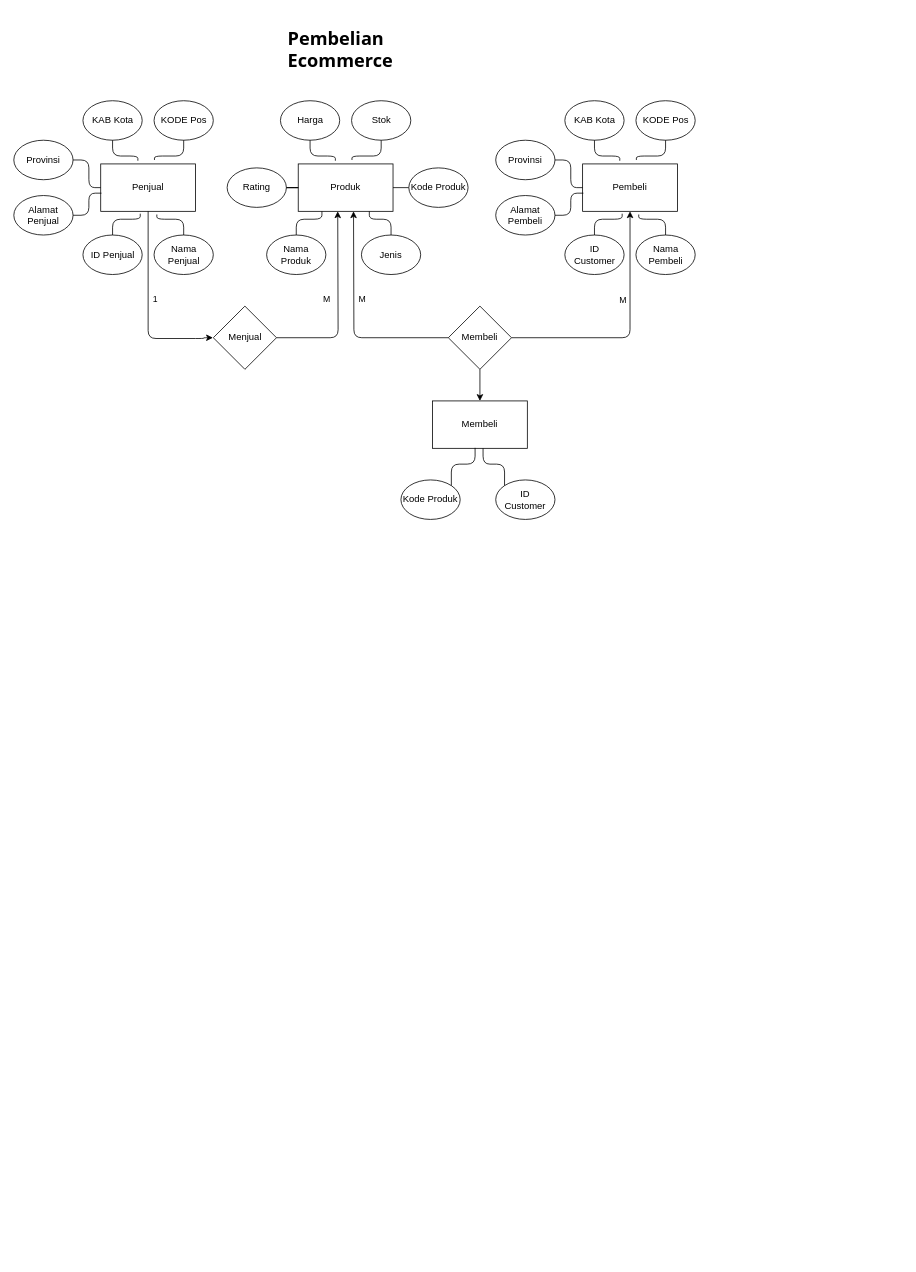
Before: Untitled Diagram.drawio in Virtue1040/TEST, a draw.io diagram. Source tidied: cells renumbered, new cells numbered last; positions are measured from the earlier drawing's top-left corner, leaving out a move shared by most shapes. Both pictures are drawn from the tidied source at 79%, with x=0, y=0 at pixel (13, 13).
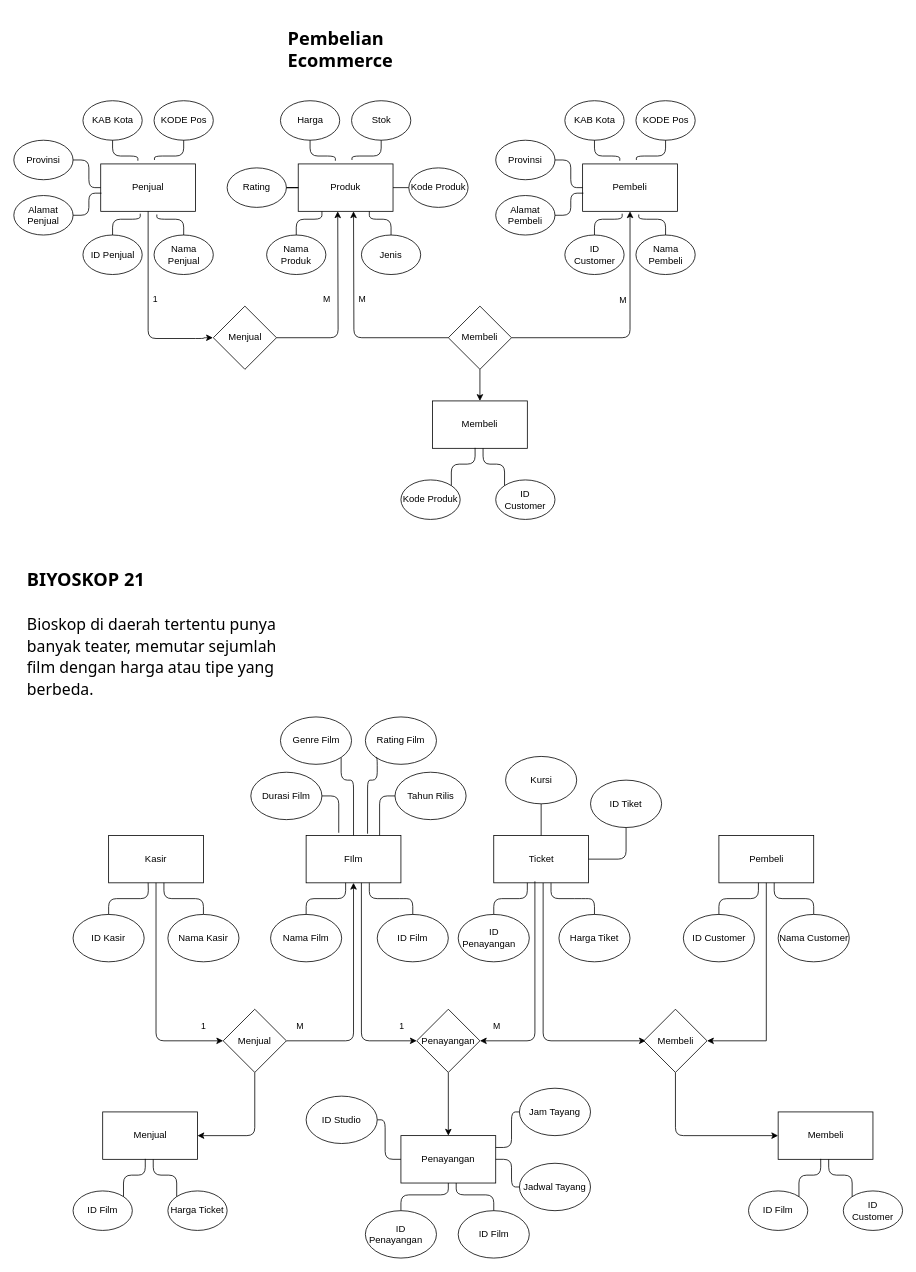
After the change.

The edit, as a diff of the source:
```diff
@@
+    <mxCell id="58" value="BIYOSKOP 21&lt;br&gt;&lt;br&gt;&lt;span style=&quot;font-weight: normal;&quot;&gt;&lt;font style=&quot;font-size: 20px;&quot;&gt;Bioskop di daerah tertentu punya banyak teater, memutar sejumlah film dengan harga atau tipe yang berbeda.&lt;/font&gt;&lt;/span&gt;" style="text;strokeColor=none;align=left;fillColor=none;html=1;verticalAlign=middle;whiteSpace=wrap;rounded=0;fontSize=23;fontFamily=Tahoma;fontStyle=1;" parent="1" vertex="1">
+      <mxGeometry x="15" y="670" width="330" height="230" as="geometry" />
+    </mxCell>
+    <mxCell id="59" value="Kasir" style="rounded=0;whiteSpace=wrap;html=1;" parent="1" vertex="1">
+      <mxGeometry x="120" y="1040" width="120" height="60" as="geometry" />
+    </mxCell>
+    <mxCell id="60" style="edgeStyle=orthogonalEdgeStyle;rounded=1;jettySize=auto;html=1;curved=0;endArrow=none;endFill=0;" parent="1" edge="1" source="61" target="59">
+      <mxGeometry relative="1" as="geometry">
+        <Array as="points">
+          <mxPoint x="240" y="1120" />
+          <mxPoint x="190" y="1120" />
+        </Array>
+      </mxGeometry>
+    </mxCell>
+    <mxCell id="61" value="Nama Kasir" style="ellipse;whiteSpace=wrap;html=1;" parent="1" vertex="1">
+      <mxGeometry x="195" y="1140" width="90" height="60" as="geometry" />
+    </mxCell>
+    <mxCell id="62" value="ID Kasir" style="ellipse;whiteSpace=wrap;html=1;" parent="1" vertex="1">
+      <mxGeometry x="75" y="1140" width="90" height="60" as="geometry" />
+    </mxCell>
+    <mxCell id="63" style="edgeStyle=orthogonalEdgeStyle;rounded=1;jettySize=auto;html=1;exitX=0.5;exitY=0;exitDx=0;exitDy=0;entryX=0.417;entryY=1;entryDx=0;entryDy=0;entryPerimeter=0;curved=0;endArrow=none;endFill=0;" parent="1" edge="1" source="62">
+      <mxGeometry relative="1" as="geometry">
+        <mxPoint x="170" y="1100" as="targetPoint" />
+      </mxGeometry>
+    </mxCell>
+    <mxCell id="64" value="Pembeli" style="rounded=0;whiteSpace=wrap;html=1;" parent="1" vertex="1">
+      <mxGeometry x="892.5" y="1040" width="120" height="60" as="geometry" />
+    </mxCell>
+    <mxCell id="65" style="edgeStyle=orthogonalEdgeStyle;rounded=1;jettySize=auto;html=1;curved=0;endArrow=none;endFill=0;" parent="1" edge="1" source="66" target="64">
+      <mxGeometry relative="1" as="geometry">
+        <Array as="points">
+          <mxPoint x="1012.5" y="1120" />
+          <mxPoint x="962.5" y="1120" />
+        </Array>
+      </mxGeometry>
+    </mxCell>
+    <mxCell id="66" value="Nama Customer" style="ellipse;whiteSpace=wrap;html=1;" parent="1" vertex="1">
+      <mxGeometry x="967.5" y="1140" width="90" height="60" as="geometry" />
+    </mxCell>
+    <mxCell id="67" value="ID Customer" style="ellipse;whiteSpace=wrap;html=1;" parent="1" vertex="1">
+      <mxGeometry x="847.5" y="1140" width="90" height="60" as="geometry" />
+    </mxCell>
+    <mxCell id="68" style="edgeStyle=orthogonalEdgeStyle;rounded=1;jettySize=auto;html=1;exitX=0.5;exitY=0;exitDx=0;exitDy=0;entryX=0.417;entryY=1;entryDx=0;entryDy=0;entryPerimeter=0;curved=0;endArrow=none;endFill=0;" parent="1" edge="1" source="67" target="64">
+      <mxGeometry relative="1" as="geometry" />
+    </mxCell>
+    <mxCell id="69" value="FIlm" style="rounded=0;whiteSpace=wrap;html=1;" parent="1" vertex="1">
+      <mxGeometry x="370" y="1040" width="120" height="60" as="geometry" />
+    </mxCell>
+    <mxCell id="70" value="ID Film" style="ellipse;whiteSpace=wrap;html=1;" parent="1" vertex="1">
+      <mxGeometry x="460" y="1140" width="90" height="60" as="geometry" />
+    </mxCell>
+    <mxCell id="71" value="Nama Film" style="ellipse;whiteSpace=wrap;html=1;" parent="1" vertex="1">
+      <mxGeometry x="325" y="1140" width="90" height="60" as="geometry" />
+    </mxCell>
+    <mxCell id="72" style="edgeStyle=orthogonalEdgeStyle;rounded=1;jettySize=auto;html=1;exitX=0.5;exitY=0;exitDx=0;exitDy=0;curved=0;endArrow=none;endFill=0;" parent="1" edge="1" source="71" target="69">
+      <mxGeometry relative="1" as="geometry">
+        <Array as="points">
+          <mxPoint x="370" y="1120" />
+          <mxPoint x="420" y="1120" />
+        </Array>
+      </mxGeometry>
+    </mxCell>
+    <mxCell id="73" style="edgeStyle=orthogonalEdgeStyle;rounded=1;jettySize=auto;html=1;exitX=0.5;exitY=0;exitDx=0;exitDy=0;curved=0;endArrow=none;endFill=0;" parent="1" edge="1" source="70">
+      <mxGeometry relative="1" as="geometry">
+        <mxPoint x="450" y="1100" as="targetPoint" />
+        <Array as="points">
+          <mxPoint x="490" y="1120" />
+          <mxPoint x="450" y="1120" />
+          <mxPoint x="450" y="1102" />
+          <mxPoint x="451" y="1102" />
+        </Array>
+      </mxGeometry>
+    </mxCell>
+    <mxCell id="74" value="Durasi Film" style="ellipse;whiteSpace=wrap;html=1;" parent="1" vertex="1">
+      <mxGeometry x="300" y="960" width="90" height="60" as="geometry" />
+    </mxCell>
+    <mxCell id="75" style="edgeStyle=orthogonalEdgeStyle;rounded=1;jettySize=auto;html=1;exitX=1;exitY=0.5;exitDx=0;exitDy=0;entryX=0.344;entryY=-0.056;entryDx=0;entryDy=0;entryPerimeter=0;endArrow=none;endFill=0;curved=0;" parent="1" edge="1" source="74" target="69">
+      <mxGeometry relative="1" as="geometry" />
+    </mxCell>
+    <mxCell id="76" style="edgeStyle=orthogonalEdgeStyle;rounded=1;jettySize=auto;html=1;exitX=1;exitY=1;exitDx=0;exitDy=0;endArrow=none;endFill=0;curved=0;" parent="1" edge="1" source="77" target="69">
+      <mxGeometry relative="1" as="geometry">
+        <Array as="points">
+          <mxPoint x="414" y="970" />
+          <mxPoint x="430" y="970" />
+        </Array>
+      </mxGeometry>
+    </mxCell>
+    <mxCell id="77" value="Genre Film" style="ellipse;whiteSpace=wrap;html=1;" parent="1" vertex="1">
+      <mxGeometry x="337.5" y="890" width="90" height="60" as="geometry" />
+    </mxCell>
+    <mxCell id="78" value="Rating Film" style="ellipse;whiteSpace=wrap;html=1;" parent="1" vertex="1">
+      <mxGeometry x="445" y="890" width="90" height="60" as="geometry" />
+    </mxCell>
+    <mxCell id="79" style="edgeStyle=orthogonalEdgeStyle;rounded=1;jettySize=auto;html=1;exitX=0;exitY=1;exitDx=0;exitDy=0;entryX=0.648;entryY=-0.036;entryDx=0;entryDy=0;entryPerimeter=0;endArrow=none;endFill=0;curved=0;" parent="1" edge="1" source="78" target="69">
+      <mxGeometry relative="1" as="geometry">
+        <Array as="points">
+          <mxPoint x="460" y="941" />
+          <mxPoint x="460" y="970" />
+          <mxPoint x="448" y="970" />
+        </Array>
+      </mxGeometry>
+    </mxCell>
+    <mxCell id="80" style="edgeStyle=orthogonalEdgeStyle;rounded=1;jettySize=auto;html=1;curved=0;endArrow=none;endFill=0;" parent="1" edge="1" source="81" target="69">
+      <mxGeometry relative="1" as="geometry">
+        <Array as="points">
+          <mxPoint x="463" y="990" />
+        </Array>
+      </mxGeometry>
+    </mxCell>
+    <mxCell id="81" value="Tahun Rilis" style="ellipse;whiteSpace=wrap;html=1;" parent="1" vertex="1">
+      <mxGeometry x="482.5" y="960" width="90" height="60" as="geometry" />
+    </mxCell>
+    <mxCell id="82" style="edgeStyle=orthogonalEdgeStyle;rounded=1;jettySize=auto;html=1;exitX=0;exitY=0.5;exitDx=0;exitDy=0;entryX=0.5;entryY=1;entryDx=0;entryDy=0;curved=0;endArrow=none;endFill=0;startArrow=classic;startFill=1;" parent="1" edge="1" source="87" target="59">
+      <mxGeometry relative="1" as="geometry" />
+    </mxCell>
+    <mxCell id="83" value="1" style="edgeLabel;html=1;align=center;verticalAlign=middle;" parent="82" vertex="1">
+      <mxGeometry x="-0.82" y="3" relative="1" as="geometry">
+        <mxPoint y="-23" as="offset" />
+      </mxGeometry>
+    </mxCell>
+    <mxCell id="84" style="edgeStyle=orthogonalEdgeStyle;rounded=1;jettySize=auto;html=1;entryX=0.5;entryY=1;entryDx=0;entryDy=0;endArrow=classic;endFill=1;startArrow=none;startFill=0;curved=0;" parent="1" edge="1" source="87" target="69">
+      <mxGeometry relative="1" as="geometry" />
+    </mxCell>
+    <mxCell id="85" value="M" style="edgeLabel;html=1;align=center;verticalAlign=middle;" parent="84" vertex="1">
+      <mxGeometry x="-0.88" y="3" relative="1" as="geometry">
+        <mxPoint x="-1" y="-17" as="offset" />
+      </mxGeometry>
+    </mxCell>
+    <mxCell id="86" style="edgeStyle=orthogonalEdgeStyle;rounded=1;jettySize=auto;html=1;curved=0;" parent="1" edge="1" source="87" target="97">
+      <mxGeometry relative="1" as="geometry">
+        <Array as="points">
+          <mxPoint x="305" y="1420" />
+        </Array>
+      </mxGeometry>
+    </mxCell>
+    <mxCell id="87" value="Menjual" style="rhombus;whiteSpace=wrap;html=1;" parent="1" vertex="1">
+      <mxGeometry x="265" y="1260" width="80" height="80" as="geometry" />
+    </mxCell>
+    <mxCell id="88" style="edgeStyle=orthogonalEdgeStyle;rounded=0;jettySize=auto;html=1;exitX=1;exitY=0.5;exitDx=0;exitDy=0;entryX=0.5;entryY=1;entryDx=0;entryDy=0;endArrow=none;endFill=0;startArrow=classic;startFill=1;" parent="1" edge="1" source="91" target="64">
+      <mxGeometry relative="1" as="geometry" />
+    </mxCell>
+    <mxCell id="89" style="edgeStyle=orthogonalEdgeStyle;rounded=1;jettySize=auto;html=1;curved=0;" parent="1" edge="1" source="91" target="92">
+      <mxGeometry relative="1" as="geometry">
+        <Array as="points">
+          <mxPoint x="838" y="1420" />
+        </Array>
+      </mxGeometry>
+    </mxCell>
+    <mxCell id="90" style="edgeStyle=orthogonalEdgeStyle;rounded=1;orthogonalLoop=1;jettySize=auto;html=1;exitX=0;exitY=0.5;exitDx=0;exitDy=0;entryX=0.5;entryY=1;entryDx=0;entryDy=0;endArrow=none;endFill=0;startArrow=classic;startFill=1;curved=0;" parent="1" edge="1">
+      <mxGeometry relative="1" as="geometry">
+        <mxPoint x="800" y="1300" as="sourcePoint" />
+        <mxPoint x="670" y="1100" as="targetPoint" />
+        <Array as="points">
+          <mxPoint x="669.5" y="1300" />
+        </Array>
+      </mxGeometry>
+    </mxCell>
+    <mxCell id="91" value="Membeli" style="rhombus;whiteSpace=wrap;html=1;" parent="1" vertex="1">
+      <mxGeometry x="797.5" y="1260" width="80" height="80" as="geometry" />
+    </mxCell>
+    <mxCell id="92" value="Membeli" style="rounded=0;whiteSpace=wrap;html=1;" parent="1" vertex="1">
+      <mxGeometry x="967.5" y="1390" width="120" height="60" as="geometry" />
+    </mxCell>
+    <mxCell id="93" value="ID&lt;br&gt;Customer" style="ellipse;whiteSpace=wrap;html=1;" parent="1" vertex="1">
+      <mxGeometry x="1050" y="1490" width="75" height="50" as="geometry" />
+    </mxCell>
+    <mxCell id="94" value="ID Film" style="ellipse;whiteSpace=wrap;html=1;" parent="1" vertex="1">
+      <mxGeometry x="930" y="1490" width="75" height="50" as="geometry" />
+    </mxCell>
+    <mxCell id="95" style="edgeStyle=orthogonalEdgeStyle;rounded=1;jettySize=auto;html=1;exitX=1;exitY=0;exitDx=0;exitDy=0;entryX=0.449;entryY=0.99;entryDx=0;entryDy=0;entryPerimeter=0;curved=0;endArrow=none;endFill=0;" parent="1" edge="1" source="94" target="92">
+      <mxGeometry relative="1" as="geometry" />
+    </mxCell>
+    <mxCell id="96" style="edgeStyle=orthogonalEdgeStyle;rounded=1;jettySize=auto;html=1;exitX=0;exitY=0;exitDx=0;exitDy=0;entryX=0.533;entryY=1;entryDx=0;entryDy=0;entryPerimeter=0;curved=0;endArrow=none;endFill=0;" parent="1" edge="1" source="93" target="92">
+      <mxGeometry relative="1" as="geometry" />
+    </mxCell>
+    <mxCell id="97" value="Menjual" style="rounded=0;whiteSpace=wrap;html=1;" parent="1" vertex="1">
+      <mxGeometry x="112.5" y="1390" width="120" height="60" as="geometry" />
+    </mxCell>
+    <mxCell id="98" value="Harga Ticket" style="ellipse;whiteSpace=wrap;html=1;" parent="1" vertex="1">
+      <mxGeometry x="195" y="1490" width="75" height="50" as="geometry" />
+    </mxCell>
+    <mxCell id="99" value="ID Film" style="ellipse;whiteSpace=wrap;html=1;" parent="1" vertex="1">
+      <mxGeometry x="75" y="1490" width="75" height="50" as="geometry" />
+    </mxCell>
+    <mxCell id="100" style="edgeStyle=orthogonalEdgeStyle;rounded=1;jettySize=auto;html=1;exitX=1;exitY=0;exitDx=0;exitDy=0;entryX=0.449;entryY=0.99;entryDx=0;entryDy=0;entryPerimeter=0;curved=0;endArrow=none;endFill=0;" parent="1" edge="1" source="99" target="97">
+      <mxGeometry relative="1" as="geometry" />
+    </mxCell>
+    <mxCell id="101" style="edgeStyle=orthogonalEdgeStyle;rounded=1;jettySize=auto;html=1;exitX=0;exitY=0;exitDx=0;exitDy=0;entryX=0.533;entryY=1;entryDx=0;entryDy=0;entryPerimeter=0;curved=0;endArrow=none;endFill=0;" parent="1" edge="1" source="98" target="97">
+      <mxGeometry relative="1" as="geometry" />
+    </mxCell>
+    <mxCell id="102" value="Ticket" style="rounded=0;whiteSpace=wrap;html=1;" parent="1" vertex="1">
+      <mxGeometry x="607.5" y="1040" width="120" height="60" as="geometry" />
+    </mxCell>
+    <mxCell id="103" value="Harga Tiket" style="ellipse;whiteSpace=wrap;html=1;" parent="1" vertex="1">
+      <mxGeometry x="690" y="1140" width="90" height="60" as="geometry" />
+    </mxCell>
+    <mxCell id="104" value="ID Penayangan&lt;span style=&quot;white-space: pre;&quot;&gt;&#9;&lt;/span&gt;" style="ellipse;whiteSpace=wrap;html=1;" parent="1" vertex="1">
+      <mxGeometry x="562.5" y="1140" width="90" height="60" as="geometry" />
+    </mxCell>
+    <mxCell id="105" style="edgeStyle=orthogonalEdgeStyle;rounded=1;jettySize=auto;html=1;exitX=0.5;exitY=0;exitDx=0;exitDy=0;curved=0;endArrow=none;endFill=0;" parent="1" edge="1" source="104" target="102">
+      <mxGeometry relative="1" as="geometry">
+        <Array as="points">
+          <mxPoint x="607" y="1120" />
+          <mxPoint x="650" y="1120" />
+        </Array>
+      </mxGeometry>
+    </mxCell>
+    <mxCell id="106" style="edgeStyle=orthogonalEdgeStyle;rounded=1;jettySize=auto;html=1;exitX=0.5;exitY=0;exitDx=0;exitDy=0;curved=0;endArrow=none;endFill=0;" parent="1" edge="1" source="103">
+      <mxGeometry relative="1" as="geometry">
+        <mxPoint x="680" y="1100" as="targetPoint" />
+        <Array as="points">
+          <mxPoint x="720" y="1120" />
+          <mxPoint x="680" y="1120" />
+          <mxPoint x="680" y="1102" />
+          <mxPoint x="681" y="1102" />
+        </Array>
+      </mxGeometry>
+    </mxCell>
+    <mxCell id="107" style="edgeStyle=orthogonalEdgeStyle;rounded=0;jettySize=auto;html=1;endArrow=none;endFill=0;" parent="1" edge="1" source="108" target="102">
+      <mxGeometry relative="1" as="geometry" />
+    </mxCell>
+    <mxCell id="108" value="Kursi" style="ellipse;whiteSpace=wrap;html=1;" parent="1" vertex="1">
+      <mxGeometry x="622.5" y="940" width="90" height="60" as="geometry" />
+    </mxCell>
+    <mxCell id="109" value="Penayangan" style="rounded=0;whiteSpace=wrap;html=1;" parent="1" vertex="1">
+      <mxGeometry x="490" y="1420" width="120" height="60" as="geometry" />
+    </mxCell>
+    <mxCell id="110" style="edgeStyle=orthogonalEdgeStyle;rounded=1;jettySize=auto;html=1;exitX=0.5;exitY=0;exitDx=0;exitDy=0;entryX=0.5;entryY=1;entryDx=0;entryDy=0;endArrow=none;endFill=0;curved=0;" parent="1" edge="1" source="111" target="109">
+      <mxGeometry relative="1" as="geometry" />
+    </mxCell>
+    <mxCell id="111" value="ID Penayangan&lt;span style=&quot;white-space: pre;&quot;&gt;&#9;&lt;/span&gt;" style="ellipse;whiteSpace=wrap;html=1;" parent="1" vertex="1">
+      <mxGeometry x="445" y="1515" width="90" height="60" as="geometry" />
+    </mxCell>
+    <mxCell id="112" value="ID Film" style="ellipse;whiteSpace=wrap;html=1;" parent="1" vertex="1">
+      <mxGeometry x="562.5" y="1515" width="90" height="60" as="geometry" />
+    </mxCell>
+    <mxCell id="113" style="edgeStyle=orthogonalEdgeStyle;rounded=1;jettySize=auto;html=1;exitX=0.5;exitY=0;exitDx=0;exitDy=0;entryX=0.583;entryY=1;entryDx=0;entryDy=0;entryPerimeter=0;curved=0;endArrow=none;endFill=0;" parent="1" edge="1" source="112" target="109">
+      <mxGeometry relative="1" as="geometry" />
+    </mxCell>
+    <mxCell id="114" style="edgeStyle=orthogonalEdgeStyle;rounded=1;jettySize=auto;html=1;exitX=0;exitY=0.5;exitDx=0;exitDy=0;entryX=1;entryY=0.5;entryDx=0;entryDy=0;endArrow=none;endFill=0;curved=0;" parent="1" edge="1" source="115" target="109">
+      <mxGeometry relative="1" as="geometry">
+        <Array as="points">
+          <mxPoint x="630" y="1485" />
+          <mxPoint x="630" y="1450" />
+        </Array>
+      </mxGeometry>
+    </mxCell>
+    <mxCell id="115" value="Jadwal Tayang" style="ellipse;whiteSpace=wrap;html=1;" parent="1" vertex="1">
+      <mxGeometry x="640" y="1455" width="90" height="60" as="geometry" />
+    </mxCell>
+    <mxCell id="116" style="edgeStyle=orthogonalEdgeStyle;rounded=1;jettySize=auto;html=1;exitX=0;exitY=0.5;exitDx=0;exitDy=0;entryX=1;entryY=0.25;entryDx=0;entryDy=0;endArrow=none;endFill=0;curved=0;" parent="1" edge="1" source="117" target="109">
+      <mxGeometry relative="1" as="geometry">
+        <Array as="points">
+          <mxPoint x="630" y="1390" />
+          <mxPoint x="630" y="1435" />
+        </Array>
+      </mxGeometry>
+    </mxCell>
+    <mxCell id="117" value="Jam Tayang" style="ellipse;whiteSpace=wrap;html=1;" parent="1" vertex="1">
+      <mxGeometry x="640" y="1360" width="90" height="60" as="geometry" />
+    </mxCell>
+    <mxCell id="118" style="edgeStyle=orthogonalEdgeStyle;rounded=1;jettySize=auto;html=1;exitX=1;exitY=0.5;exitDx=0;exitDy=0;entryX=0;entryY=0.5;entryDx=0;entryDy=0;endArrow=none;endFill=0;curved=0;" parent="1" edge="1" source="119">
+      <mxGeometry relative="1" as="geometry">
+        <mxPoint x="490" y="1450" as="targetPoint" />
+        <Array as="points">
+          <mxPoint x="470" y="1400" />
+          <mxPoint x="470" y="1450" />
+        </Array>
+      </mxGeometry>
+    </mxCell>
+    <mxCell id="119" value="ID Studio" style="ellipse;whiteSpace=wrap;html=1;" parent="1" vertex="1">
+      <mxGeometry x="370" y="1370" width="90" height="60" as="geometry" />
+    </mxCell>
+    <mxCell id="120" style="edgeStyle=orthogonalEdgeStyle;rounded=0;jettySize=auto;html=1;exitX=0.5;exitY=1;exitDx=0;exitDy=0;entryX=0.5;entryY=0;entryDx=0;entryDy=0;" parent="1" edge="1" source="121" target="109">
+      <mxGeometry relative="1" as="geometry" />
+    </mxCell>
+    <mxCell id="121" value="Penayangan" style="rhombus;whiteSpace=wrap;html=1;" parent="1" vertex="1">
+      <mxGeometry x="510" y="1260" width="80" height="80" as="geometry" />
+    </mxCell>
+    <mxCell id="122" style="edgeStyle=orthogonalEdgeStyle;rounded=1;jettySize=auto;html=1;exitX=0;exitY=0.5;exitDx=0;exitDy=0;entryX=0.583;entryY=1;entryDx=0;entryDy=0;entryPerimeter=0;endArrow=none;endFill=0;curved=0;startArrow=classic;startFill=1;" parent="1" edge="1" source="121" target="69">
+      <mxGeometry relative="1" as="geometry" />
+    </mxCell>
+    <mxCell id="123" value="1" style="edgeLabel;html=1;align=center;verticalAlign=middle;" parent="122" vertex="1">
+      <mxGeometry x="-0.79" y="-3" relative="1" as="geometry">
+        <mxPoint x="8" y="-17" as="offset" />
+      </mxGeometry>
+    </mxCell>
+    <mxCell id="124" style="edgeStyle=orthogonalEdgeStyle;rounded=1;jettySize=auto;html=1;exitX=1;exitY=0.5;exitDx=0;exitDy=0;entryX=0.434;entryY=0.969;entryDx=0;entryDy=0;entryPerimeter=0;endArrow=none;endFill=0;curved=0;startArrow=classic;startFill=1;" parent="1" edge="1" source="121" target="102">
+      <mxGeometry relative="1" as="geometry" />
+    </mxCell>
+    <mxCell id="125" value="M" style="edgeLabel;html=1;align=center;verticalAlign=middle;" parent="124" vertex="1">
+      <mxGeometry x="-0.86" y="2" relative="1" as="geometry">
+        <mxPoint x="1" y="-18" as="offset" />
+      </mxGeometry>
+    </mxCell>
+    <mxCell id="126" style="edgeStyle=orthogonalEdgeStyle;rounded=1;jettySize=auto;html=1;exitX=0.5;exitY=1;exitDx=0;exitDy=0;entryX=1;entryY=0.5;entryDx=0;entryDy=0;endArrow=none;endFill=0;curved=0;" parent="1" edge="1" source="127" target="102">
+      <mxGeometry relative="1" as="geometry" />
+    </mxCell>
+    <mxCell id="127" value="ID Tiket" style="ellipse;whiteSpace=wrap;html=1;" parent="1" vertex="1">
+      <mxGeometry x="730" y="970" width="90" height="60" as="geometry" />
+    </mxCell>
```
